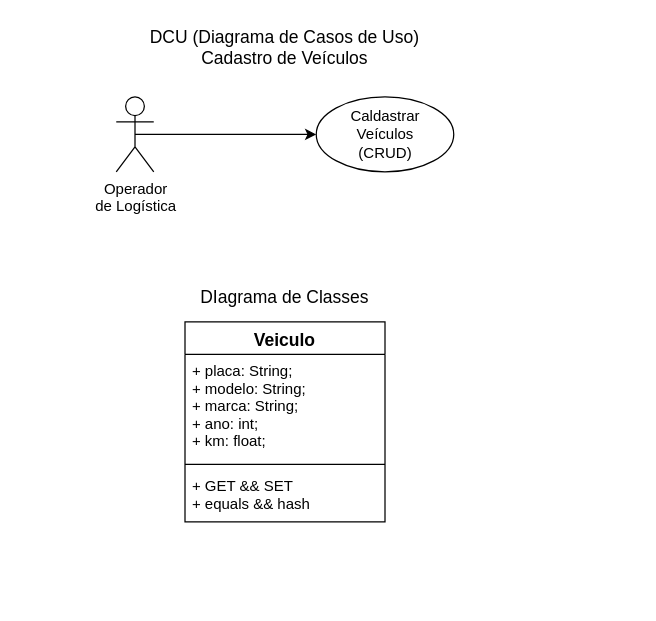
The draw.io diagram Veiculos/documentacao/veiculos.drawio in Liss1302/eclipse, before the edit. Source tidied: cells renumbered, new cells numbered last; positions are measured from the earlier drawing's top-left corner, leaving out a move shared by most shapes. Both pictures are drawn from the tidied source at 125%, with x=0, y=0 at pixel (116, 21).
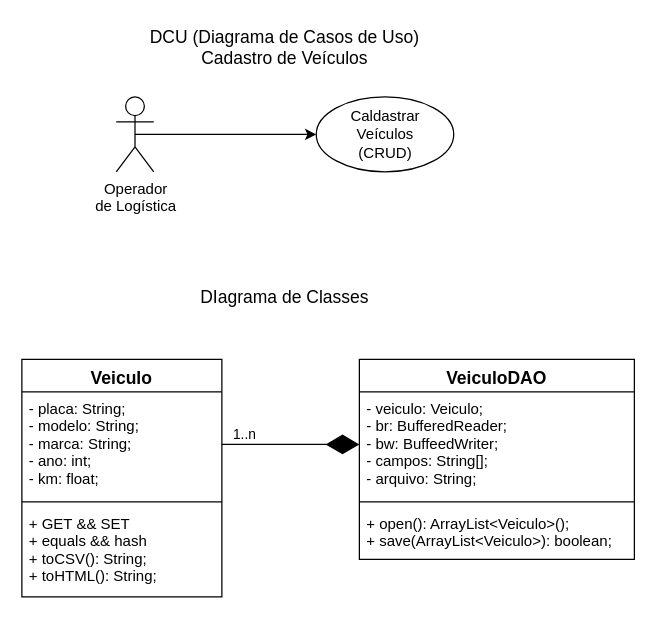
Above is the later version.

Commit message (it also covers changes not shown here):
Veiculos CRUD completo, atualizada documentação e index.html Aicionadas as funcionalidades de Update e Delete

The edit, as a diff of the source:
```diff
@@
 <mxGraphModel>
   <root>
     <mxCell id="0" />
     <mxCell id="1" parent="0" />
     <mxCell id="2" style="edgeStyle=orthogonalEdgeStyle;rounded=0;jettySize=auto;html=1;exitX=0.5;exitY=0.5;exitDx=0;exitDy=0;exitPerimeter=0;entryX=0;entryY=0.5;entryDx=0;entryDy=0;" parent="1" edge="1" source="3" target="4">
       <mxGeometry relative="1" as="geometry" />
     </mxCell>
     <mxCell id="3" value="Operador&lt;br&gt;de Logística" style="shape=umlActor;verticalLabelPosition=bottom;verticalAlign=top;html=1;outlineConnect=0;" parent="1" vertex="1">
       <mxGeometry x="-0.5" y="60" width="30" height="60" as="geometry" />
     </mxCell>
     <mxCell id="4" value="Caldastrar&lt;br&gt;Veículos&lt;br&gt;(CRUD)" style="ellipse;whiteSpace=wrap;html=1;" parent="1" vertex="1">
       <mxGeometry x="159.5" y="60" width="110" height="60" as="geometry" />
     </mxCell>
     <mxCell id="5" value="DCU (Diagrama de Casos de Uso)&lt;br style=&quot;font-size: 14px;&quot;&gt;Cadastro de Veículos" style="text;html=1;strokeColor=none;fillColor=none;align=center;verticalAlign=middle;whiteSpace=wrap;rounded=0;fontSize=14;" parent="1" vertex="1">
       <mxGeometry x="14" width="241" height="40" as="geometry" />
     </mxCell>
     <mxCell id="6" value="DIagrama de Classes" style="text;html=1;strokeColor=none;fillColor=none;align=center;verticalAlign=middle;whiteSpace=wrap;rounded=0;fontSize=14;" parent="1" vertex="1">
       <mxGeometry x="14" y="200" width="241" height="40" as="geometry" />
     </mxCell>
+    <mxCell id="11" value="1..n" style="endArrow=diamondThin;endFill=1;endSize=24;html=1;exitX=1;exitY=0.5;exitDx=0;exitDy=0;entryX=0;entryY=0.5;entryDx=0;entryDy=0;" parent="1" edge="1" source="8" target="13">
+      <mxGeometry x="-0.67" y="8" relative="1" as="geometry" />
+    </mxCell>
     <mxCell id="7" value="Veiculo" style="swimlane;fontStyle=1;align=center;verticalAlign=top;horizontal=1;startSize=26;fontSize=14;" parent="1" vertex="1">
-      <mxGeometry x="54.5" y="240" width="160" height="160" as="geometry" />
+      <mxGeometry x="-76" y="270" width="160" height="190" as="geometry" />
     </mxCell>
-    <mxCell id="8" value="+ placa: String;&#10;+ modelo: String;&#10;+ marca: String;&#10;+ ano: int;&#10;+ km: float;" style="text;strokeColor=none;fillColor=none;align=left;verticalAlign=top;spacingLeft=4;spacingRight=4;overflow=hidden;points=[[0,0.5],[1,0.5]];portConstraint=eastwest;" parent="7" vertex="1">
+    <mxCell id="8" value="- placa: String;&#10;- modelo: String;&#10;- marca: String;&#10;- ano: int;&#10;- km: float;" style="text;strokeColor=none;fillColor=none;align=left;verticalAlign=top;spacingLeft=4;spacingRight=4;overflow=hidden;points=[[0,0.5],[1,0.5]];portConstraint=eastwest;" parent="7" vertex="1">
       <mxGeometry y="26" width="160" height="84" as="geometry" />
     </mxCell>
     <mxCell id="9" style="line;strokeWidth=1;fillColor=none;align=left;verticalAlign=middle;spacingTop=-1;spacingLeft=3;spacingRight=3;labelPosition=right;" parent="7" vertex="1">
       <mxGeometry y="110" width="160" height="8" as="geometry" />
     </mxCell>
-    <mxCell id="10" value="+ GET &amp;&amp; SET&#10;+ equals &amp;&amp; hash" style="text;strokeColor=none;fillColor=none;align=left;verticalAlign=top;spacingLeft=4;spacingRight=4;overflow=hidden;" parent="7" vertex="1">
-      <mxGeometry y="118" width="160" height="42" as="geometry" />
+    <mxCell id="10" value="+ GET &amp;&amp; SET&#10;+ equals &amp;&amp; hash&#10;+ toCSV(): String;&#10;+ toHTML(): String;" style="text;strokeColor=none;fillColor=none;align=left;verticalAlign=top;spacingLeft=4;spacingRight=4;overflow=hidden;" parent="7" vertex="1">
+      <mxGeometry y="118" width="160" height="72" as="geometry" />
     </mxCell>
+    <mxCell id="12" value="VeiculoDAO" style="swimlane;fontStyle=1;align=center;verticalAlign=top;horizontal=1;startSize=26;fontSize=14;" parent="1" vertex="1">
+      <mxGeometry x="194" y="270" width="220" height="160" as="geometry" />
+    </mxCell>
+    <mxCell id="13" value="- veiculo: Veiculo;&#10;- br: BufferedReader;&#10;- bw: BuffeedWriter;&#10;- campos: String[];&#10;- arquivo: String;" style="text;strokeColor=none;fillColor=none;align=left;verticalAlign=top;spacingLeft=4;spacingRight=4;overflow=hidden;points=[[0,0.5],[1,0.5]];portConstraint=eastwest;" parent="12" vertex="1">
+      <mxGeometry y="26" width="220" height="84" as="geometry" />
+    </mxCell>
+    <mxCell id="14" style="line;strokeWidth=1;fillColor=none;align=left;verticalAlign=middle;spacingTop=-1;spacingLeft=3;spacingRight=3;labelPosition=right;" parent="12" vertex="1">
+      <mxGeometry y="110" width="220" height="8" as="geometry" />
+    </mxCell>
+    <mxCell id="15" value="+ open(): ArrayList&lt;Veiculo&gt;();&#10;+ save(ArrayList&lt;Veiculo&gt;): boolean;" style="text;strokeColor=none;fillColor=none;align=left;verticalAlign=top;spacingLeft=4;spacingRight=4;overflow=hidden;" parent="12" vertex="1">
+      <mxGeometry y="118" width="220" height="42" as="geometry" />
+    </mxCell>
   </root>
 </mxGraphModel>
```
